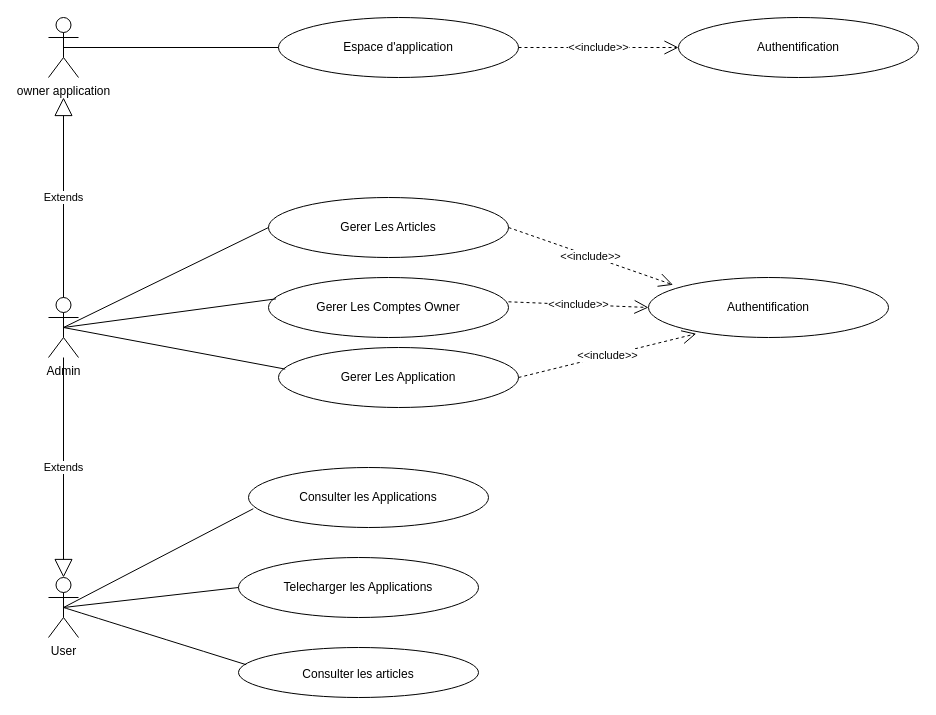
Earlier version of the draw.io diagram page "use case" (2 of 5) of Diagramme sans nom.drawio (amine-ui/Test-React). Source tidied: cells renumbered, new cells numbered last; positions are measured from the earlier drawing's top-left corner, leaving out a move shared by most shapes. Both pictures are drawn from the tidied source at 100%, with x=0, y=0 at pixel (48, 17).
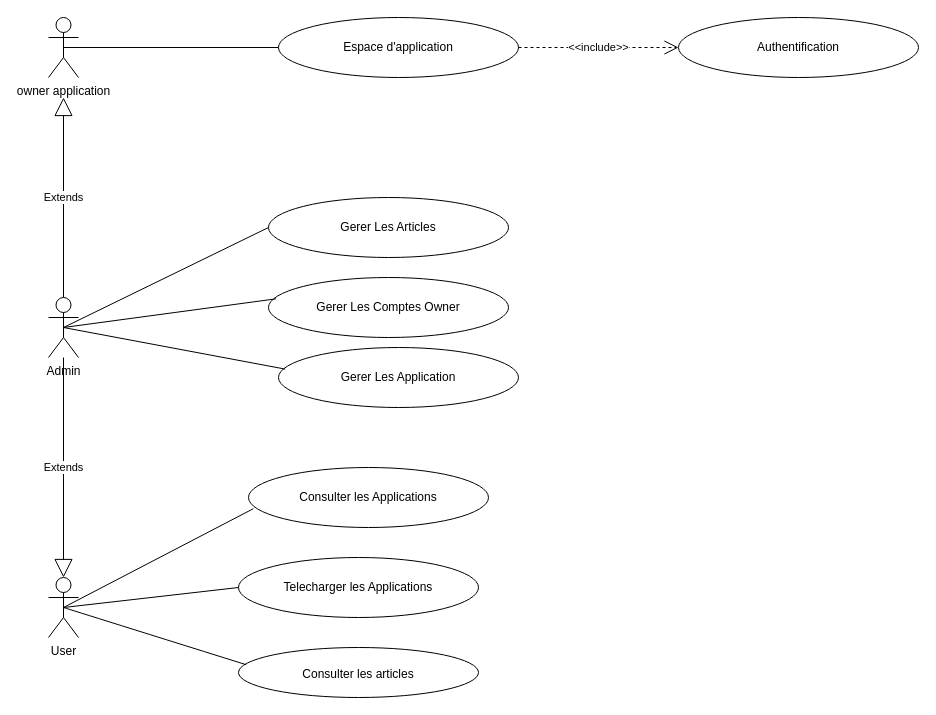
The same diagram, later.

Unchanged cells that the change refers to:
```xml
<mxCell id="4" value="Gerer Les Application" style="ellipse;whiteSpace=wrap;html=1;" parent="1" vertex="1">
  <mxGeometry x="230" y="330" width="240" height="60" as="geometry" />
</mxCell>
<mxCell id="10" value="Gerer Les Articles" style="ellipse;whiteSpace=wrap;html=1;" parent="1" vertex="1">
  <mxGeometry x="220" y="180" width="240" height="60" as="geometry" />
</mxCell>
<mxCell id="24" value="Gerer Les Comptes Owner" style="ellipse;whiteSpace=wrap;html=1;" parent="1" vertex="1">
  <mxGeometry x="220" y="260" width="240" height="60" as="geometry" />
</mxCell>
```

Change to the diagram source:
```diff
@@
-    <mxCell id="9" value="Authentification" style="ellipse;whiteSpace=wrap;html=1;" parent="1" vertex="1">
-      <mxGeometry x="600" y="260" width="240" height="60" as="geometry" />
-    </mxCell>
@@
-    <mxCell id="13" value="&amp;lt;&amp;lt;include&amp;gt;&amp;gt;" style="endArrow=open;endSize=12;dashed=1;html=1;rounded=0;exitX=1;exitY=0.5;exitDx=0;exitDy=0;entryX=0.102;entryY=0.122;entryDx=0;entryDy=0;entryPerimeter=0;" parent="1" edge="1" source="10" target="9">
-      <mxGeometry relative="1" as="geometry" />
-    </mxCell>
-    <mxCell id="14" value="&amp;lt;&amp;lt;include&amp;gt;&amp;gt;" style="endArrow=open;endSize=12;dashed=1;html=1;rounded=0;exitX=1;exitY=0.5;exitDx=0;exitDy=0;entryX=0.199;entryY=0.937;entryDx=0;entryDy=0;entryPerimeter=0;" parent="1" edge="1" source="4" target="9">
-      <mxGeometry relative="1" as="geometry" />
-    </mxCell>
@@
-    <mxCell id="25" value="&amp;lt;&amp;lt;include&amp;gt;&amp;gt;" style="endArrow=open;endSize=12;dashed=1;html=1;rounded=0;exitX=1;exitY=0.405;exitDx=0;exitDy=0;entryX=0;entryY=0.5;entryDx=0;entryDy=0;exitPerimeter=0;" parent="1" edge="1" source="24" target="9">
-      <mxGeometry relative="1" as="geometry" />
-    </mxCell>
```
